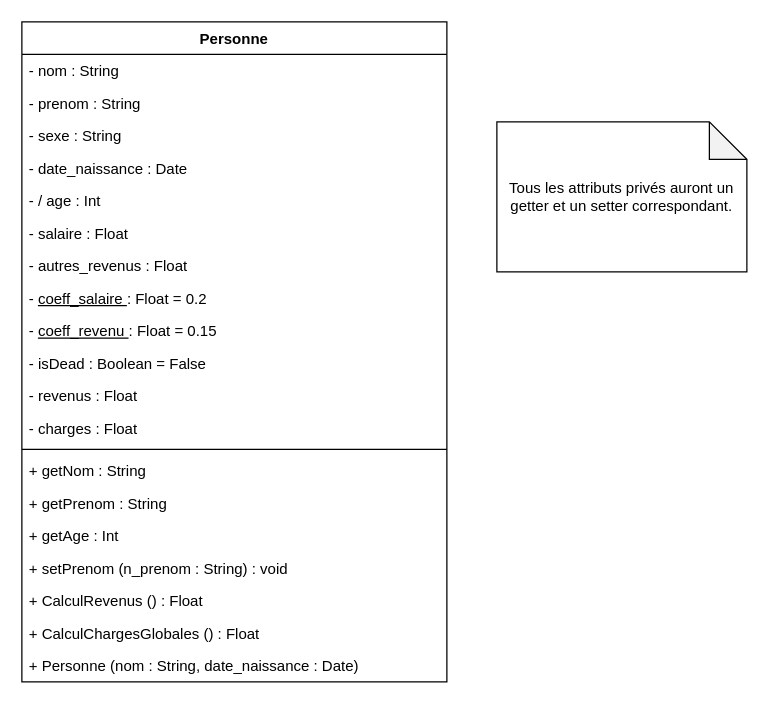
The draw.io diagram TP2/TP_2_UML_Exercice_1.drawio in Mzk-Ali/EXO_M2I_UML, before the edit. Source tidied: cells renumbered, new cells numbered last; positions are measured from the earlier drawing's top-left corner, leaving out a move shared by most shapes. Both pictures are drawn from the tidied source at 125%, with x=0, y=0 at pixel (21, 21).
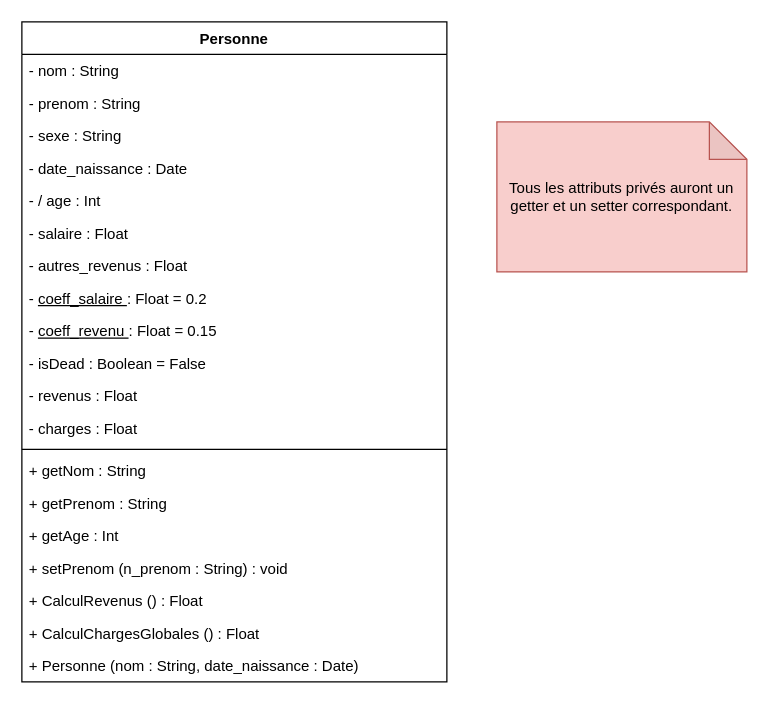
Above is the later version.

Commit message:
Mettre à jour TP_2_UML_Exercice_1.drawio

The edit, as a diff of the source:
```diff
@@
-    <mxCell id="23" value="Tous les attributs privés auront un getter et un setter correspondant." style="shape=note;whiteSpace=wrap;html=1;backgroundOutline=1;darkOpacity=0.05;" parent="1" vertex="1">
+    <mxCell id="23" value="Tous les attributs privés auront un getter et un setter correspondant." style="shape=note;whiteSpace=wrap;html=1;backgroundOutline=1;darkOpacity=0.05;fillColor=#f8cecc;strokeColor=#b85450;" parent="1" vertex="1">
       <mxGeometry x="380" y="80" width="200" height="120" as="geometry" />
     </mxCell>
```
